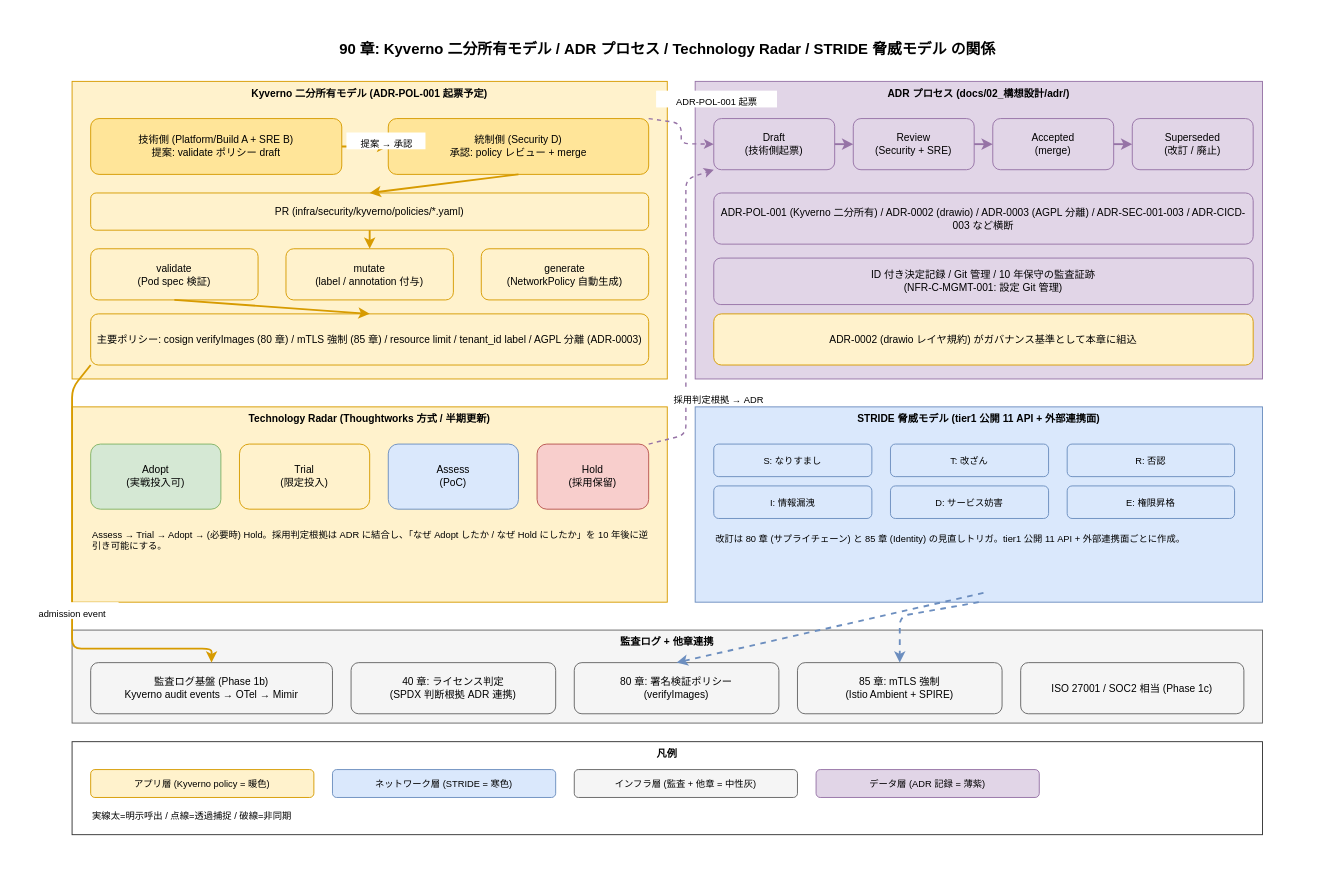
Before: docs/05_実装/90_ガバナンス設計/img/90_Kyverno二分所有_ADR_Radar.drawio in RyuheiKiso/k1s0, a draw.io diagram. Source tidied: cells renumbered, new cells numbered last; positions are measured from the earlier drawing's top-left corner, leaving out a move shared by most shapes. Both pictures are drawn from the tidied source at 93%, with x=0, y=0 at pixel (16, 16).
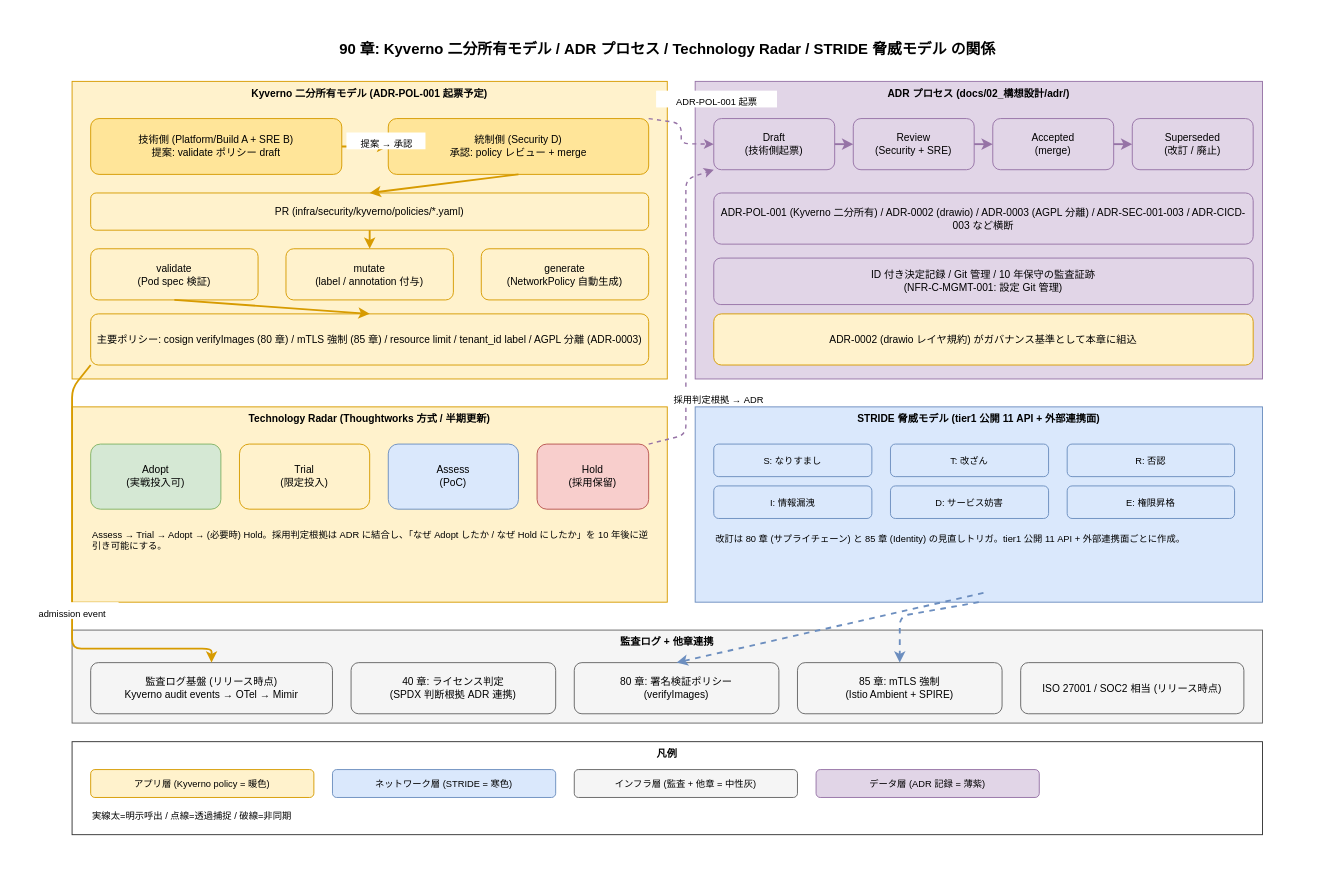
Above is the later version.

What changed in the source:
```diff
@@
-    <mxCell id="35" value="監査ログ基盤 (Phase 1b)&#10;Kyverno audit events → OTel → Mimir" style="rounded=1;whiteSpace=wrap;html=1;fillColor=#f5f5f5;strokeColor=#666666;fontSize=11;" parent="1" vertex="1">
+    <mxCell id="35" value="監査ログ基盤 (リリース時点)&#10;Kyverno audit events → OTel → Mimir" style="rounded=1;whiteSpace=wrap;html=1;fillColor=#f5f5f5;strokeColor=#666666;fontSize=11;" parent="1" vertex="1">
       <mxGeometry x="80" y="695" width="260" height="55" as="geometry" />
     </mxCell>
@@
-    <mxCell id="39" value="ISO 27001 / SOC2 相当 (Phase 1c)" style="rounded=1;whiteSpace=wrap;html=1;fillColor=#f5f5f5;strokeColor=#666666;fontSize=11;" parent="1" vertex="1">
+    <mxCell id="39" value="ISO 27001 / SOC2 相当 (リリース時点)" style="rounded=1;whiteSpace=wrap;html=1;fillColor=#f5f5f5;strokeColor=#666666;fontSize=11;" parent="1" vertex="1">
       <mxGeometry x="1080" y="695" width="240" height="55" as="geometry" />
     </mxCell>
```
